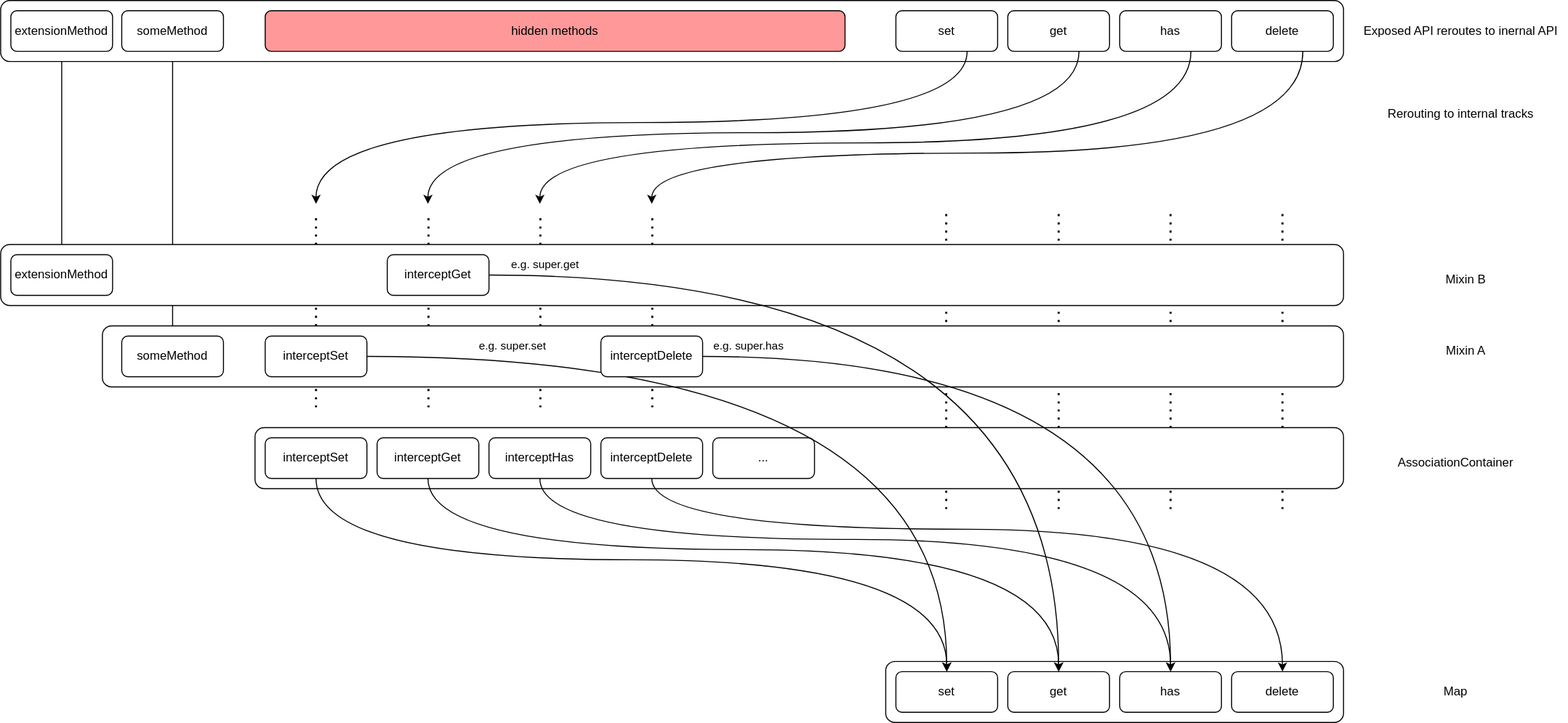
This is documentation/media/prototype.drawio.svg from elemental-mind/associum, a draw.io export, as it was before one commit. Source tidied: cells renumbered, new cells last; positions are measured from the earlier drawing's top-left corner, leaving out a move shared by most shapes. Source of this version:
```xml
<mxGraphModel>
  <root>
    <mxCell id="0" />
    <mxCell id="1" parent="0" />
    <mxCell id="2" style="group;" parent="1" vertex="1">
      <mxGeometry x="929.5" y="210" width="330.5" height="290" as="geometry" />
    </mxCell>
    <mxCell id="3" style="endArrow=none;dashed=1;html=1;dashPattern=1 3;strokeWidth=2;curved=1;" parent="2" edge="1">
      <mxGeometry relative="1" as="geometry">
        <mxPoint y="290" as="sourcePoint" />
        <mxPoint as="targetPoint" />
      </mxGeometry>
    </mxCell>
    <mxCell id="4" style="endArrow=none;dashed=1;html=1;dashPattern=1 3;strokeWidth=2;curved=1;" parent="2" edge="1">
      <mxGeometry relative="1" as="geometry">
        <mxPoint x="110.5" y="290" as="sourcePoint" />
        <mxPoint x="110.5" as="targetPoint" />
      </mxGeometry>
    </mxCell>
    <mxCell id="5" style="endArrow=none;dashed=1;html=1;dashPattern=1 3;strokeWidth=2;curved=1;" parent="2" edge="1">
      <mxGeometry relative="1" as="geometry">
        <mxPoint x="220.5" y="290" as="sourcePoint" />
        <mxPoint x="220.5" as="targetPoint" />
      </mxGeometry>
    </mxCell>
    <mxCell id="6" style="endArrow=none;dashed=1;html=1;dashPattern=1 3;strokeWidth=2;curved=1;" parent="2" edge="1">
      <mxGeometry relative="1" as="geometry">
        <mxPoint x="330.5" y="290" as="sourcePoint" />
        <mxPoint x="330.5" as="targetPoint" />
      </mxGeometry>
    </mxCell>
    <mxCell id="7" style="group;" parent="1" vertex="1">
      <mxGeometry x="310" y="210" width="330.5" height="190" as="geometry" />
    </mxCell>
    <mxCell id="8" style="endArrow=none;dashed=1;html=1;dashPattern=1 3;strokeWidth=2;curved=1;" parent="7" edge="1">
      <mxGeometry relative="1" as="geometry">
        <mxPoint y="190" as="sourcePoint" />
        <mxPoint as="targetPoint" />
      </mxGeometry>
    </mxCell>
    <mxCell id="9" style="endArrow=none;dashed=1;html=1;dashPattern=1 3;strokeWidth=2;curved=1;" parent="7" edge="1">
      <mxGeometry relative="1" as="geometry">
        <mxPoint x="110.5" y="190" as="sourcePoint" />
        <mxPoint x="110.5" as="targetPoint" />
      </mxGeometry>
    </mxCell>
    <mxCell id="10" style="endArrow=none;dashed=1;html=1;dashPattern=1 3;strokeWidth=2;curved=1;" parent="7" edge="1">
      <mxGeometry relative="1" as="geometry">
        <mxPoint x="220.5" y="190" as="sourcePoint" />
        <mxPoint x="220.5" as="targetPoint" />
      </mxGeometry>
    </mxCell>
    <mxCell id="11" style="endArrow=none;dashed=1;html=1;dashPattern=1 3;strokeWidth=2;curved=1;" parent="7" edge="1">
      <mxGeometry relative="1" as="geometry">
        <mxPoint x="330.5" y="190" as="sourcePoint" />
        <mxPoint x="330.5" as="targetPoint" />
      </mxGeometry>
    </mxCell>
    <mxCell id="12" style="edgeStyle=orthogonalEdgeStyle;curved=1;html=1;exitX=0.5;exitY=0;exitDx=0;exitDy=0;entryX=0.5;entryY=1;entryDx=0;entryDy=0;" parent="1" edge="1" source="56" target="27">
      <mxGeometry relative="1" as="geometry" />
    </mxCell>
    <mxCell id="13" style="edgeStyle=orthogonalEdgeStyle;curved=1;html=1;exitX=0.5;exitY=0;exitDx=0;exitDy=0;entryX=0.5;entryY=1;entryDx=0;entryDy=0;strokeColor=default;" parent="1" edge="1" source="49" target="26">
      <mxGeometry relative="1" as="geometry" />
    </mxCell>
    <mxCell id="14" value="Exposed API reroutes to inernal API" style="text;html=1;align=center;verticalAlign=middle;strokeColor=none;fillColor=none;" parent="1" vertex="1">
      <mxGeometry x="1330" y="15" width="210" height="30" as="geometry" />
    </mxCell>
    <mxCell id="15" style="rounded=1;whiteSpace=wrap;html=1;" parent="1" vertex="1">
      <mxGeometry width="1320" height="60" as="geometry" />
    </mxCell>
    <mxCell id="16" style="edgeStyle=orthogonalEdgeStyle;curved=1;html=1;" parent="1" edge="1" source="17">
      <mxGeometry relative="1" as="geometry">
        <mxPoint x="310" y="200" as="targetPoint" />
        <Array as="points">
          <mxPoint x="950" y="120" />
          <mxPoint x="310" y="120" />
        </Array>
      </mxGeometry>
    </mxCell>
    <mxCell id="17" value="set" style="rounded=1;whiteSpace=wrap;html=1;" parent="1" vertex="1">
      <mxGeometry x="880" y="10" width="100" height="40" as="geometry" />
    </mxCell>
    <mxCell id="18" style="edgeStyle=orthogonalEdgeStyle;curved=1;html=1;" parent="1" edge="1" source="19">
      <mxGeometry relative="1" as="geometry">
        <mxPoint x="420" y="200" as="targetPoint" />
        <Array as="points">
          <mxPoint x="1060" y="130" />
          <mxPoint x="420" y="130" />
        </Array>
      </mxGeometry>
    </mxCell>
    <mxCell id="19" value="get" style="rounded=1;whiteSpace=wrap;html=1;" parent="1" vertex="1">
      <mxGeometry x="990" y="10" width="100" height="40" as="geometry" />
    </mxCell>
    <mxCell id="20" style="edgeStyle=orthogonalEdgeStyle;curved=1;html=1;" parent="1" edge="1" source="21">
      <mxGeometry relative="1" as="geometry">
        <mxPoint x="640" y="200" as="targetPoint" />
        <Array as="points">
          <mxPoint x="1280" y="150" />
          <mxPoint x="640" y="150" />
        </Array>
      </mxGeometry>
    </mxCell>
    <mxCell id="21" value="delete" style="rounded=1;whiteSpace=wrap;html=1;" parent="1" vertex="1">
      <mxGeometry x="1210" y="10" width="100" height="40" as="geometry" />
    </mxCell>
    <mxCell id="22" style="edgeStyle=orthogonalEdgeStyle;curved=1;html=1;" parent="1" edge="1" source="23">
      <mxGeometry relative="1" as="geometry">
        <mxPoint x="530" y="200" as="targetPoint" />
        <Array as="points">
          <mxPoint x="1170" y="140" />
          <mxPoint x="530" y="140" />
        </Array>
      </mxGeometry>
    </mxCell>
    <mxCell id="23" value="has" style="rounded=1;whiteSpace=wrap;html=1;" parent="1" vertex="1">
      <mxGeometry x="1100" y="10" width="100" height="40" as="geometry" />
    </mxCell>
    <mxCell id="24" value="Rerouting to internal tracks" style="text;html=1;align=center;verticalAlign=middle;strokeColor=none;fillColor=none;" parent="1" vertex="1">
      <mxGeometry x="1350" y="97" width="170" height="30" as="geometry" />
    </mxCell>
    <mxCell id="25" value="hidden methods" style="rounded=1;whiteSpace=wrap;html=1;fillColor=#FF9999;" parent="1" vertex="1">
      <mxGeometry x="260" y="10" width="570" height="40" as="geometry" />
    </mxCell>
    <mxCell id="26" value="someMethod" style="rounded=1;whiteSpace=wrap;html=1;" parent="1" vertex="1">
      <mxGeometry x="119" y="10" width="100" height="40" as="geometry" />
    </mxCell>
    <mxCell id="27" value="extensionMethod" style="rounded=1;whiteSpace=wrap;html=1;" parent="1" vertex="1">
      <mxGeometry x="10" y="10" width="100" height="40" as="geometry" />
    </mxCell>
    <mxCell id="28" style="rounded=1;whiteSpace=wrap;html=1;" parent="1" vertex="1">
      <mxGeometry x="870" y="650" width="450" height="60" as="geometry" />
    </mxCell>
    <mxCell id="29" value="set" style="rounded=1;whiteSpace=wrap;html=1;" parent="1" vertex="1">
      <mxGeometry x="880" y="660" width="100" height="40" as="geometry" />
    </mxCell>
    <mxCell id="30" value="get" style="rounded=1;whiteSpace=wrap;html=1;" parent="1" vertex="1">
      <mxGeometry x="990" y="660" width="100" height="40" as="geometry" />
    </mxCell>
    <mxCell id="31" value="delete" style="rounded=1;whiteSpace=wrap;html=1;" parent="1" vertex="1">
      <mxGeometry x="1210" y="660" width="100" height="40" as="geometry" />
    </mxCell>
    <mxCell id="32" value="has" style="rounded=1;whiteSpace=wrap;html=1;" parent="1" vertex="1">
      <mxGeometry x="1100" y="660" width="100" height="40" as="geometry" />
    </mxCell>
    <mxCell id="33" value="Map" style="text;html=1;align=center;verticalAlign=middle;strokeColor=none;fillColor=none;" parent="1" vertex="1">
      <mxGeometry x="1405" y="665" width="50" height="30" as="geometry" />
    </mxCell>
    <mxCell id="34" style="rounded=1;whiteSpace=wrap;html=1;" parent="1" vertex="1">
      <mxGeometry x="250" y="420" width="1070" height="60" as="geometry" />
    </mxCell>
    <mxCell id="35" style="edgeStyle=orthogonalEdgeStyle;curved=1;html=1;exitX=0.5;exitY=1;exitDx=0;exitDy=0;entryX=0.5;entryY=0;entryDx=0;entryDy=0;" parent="1" edge="1" source="36" target="29">
      <mxGeometry relative="1" as="geometry">
        <Array as="points">
          <mxPoint x="310" y="550" />
          <mxPoint x="930" y="550" />
        </Array>
      </mxGeometry>
    </mxCell>
    <mxCell id="36" value="interceptSet" style="rounded=1;whiteSpace=wrap;html=1;" parent="1" vertex="1">
      <mxGeometry x="260" y="430" width="100" height="40" as="geometry" />
    </mxCell>
    <mxCell id="37" style="edgeStyle=orthogonalEdgeStyle;curved=1;html=1;" parent="1" edge="1" source="38" target="30">
      <mxGeometry relative="1" as="geometry">
        <Array as="points">
          <mxPoint x="420" y="540" />
          <mxPoint x="1040" y="540" />
        </Array>
      </mxGeometry>
    </mxCell>
    <mxCell id="38" value="interceptGet" style="rounded=1;whiteSpace=wrap;html=1;" parent="1" vertex="1">
      <mxGeometry x="370" y="430" width="100" height="40" as="geometry" />
    </mxCell>
    <mxCell id="39" style="edgeStyle=orthogonalEdgeStyle;curved=1;html=1;" parent="1" edge="1" source="40" target="31">
      <mxGeometry relative="1" as="geometry">
        <Array as="points">
          <mxPoint x="640" y="520" />
          <mxPoint x="1260" y="520" />
        </Array>
      </mxGeometry>
    </mxCell>
    <mxCell id="40" value="interceptDelete" style="rounded=1;whiteSpace=wrap;html=1;" parent="1" vertex="1">
      <mxGeometry x="590" y="430" width="100" height="40" as="geometry" />
    </mxCell>
    <mxCell id="41" style="edgeStyle=orthogonalEdgeStyle;curved=1;html=1;entryX=0.5;entryY=0;entryDx=0;entryDy=0;" parent="1" edge="1" source="42" target="32">
      <mxGeometry relative="1" as="geometry">
        <Array as="points">
          <mxPoint x="530" y="530" />
          <mxPoint x="1150" y="530" />
        </Array>
      </mxGeometry>
    </mxCell>
    <mxCell id="42" value="interceptHas" style="rounded=1;whiteSpace=wrap;html=1;" parent="1" vertex="1">
      <mxGeometry x="480" y="430" width="100" height="40" as="geometry" />
    </mxCell>
    <mxCell id="43" value="..." style="rounded=1;whiteSpace=wrap;html=1;" parent="1" vertex="1">
      <mxGeometry x="700" y="430" width="100" height="40" as="geometry" />
    </mxCell>
    <mxCell id="44" style="rounded=1;whiteSpace=wrap;html=1;" parent="1" vertex="1">
      <mxGeometry x="100" y="320" width="1220" height="60" as="geometry" />
    </mxCell>
    <mxCell id="45" value="e.g. super.set" style="edgeStyle=orthogonalEdgeStyle;curved=1;html=1;" parent="1" edge="1" source="46" target="29">
      <mxGeometry x="-0.68" y="10" relative="1" as="geometry" />
    </mxCell>
    <mxCell id="46" value="interceptSet" style="rounded=1;whiteSpace=wrap;html=1;" parent="1" vertex="1">
      <mxGeometry x="260" y="330" width="100" height="40" as="geometry" />
    </mxCell>
    <mxCell id="47" value="e.g. super.has" style="edgeStyle=orthogonalEdgeStyle;curved=1;html=1;" parent="1" edge="1" source="48" target="32">
      <mxGeometry x="-0.88" y="10" relative="1" as="geometry" />
    </mxCell>
    <mxCell id="48" value="interceptDelete" style="rounded=1;whiteSpace=wrap;html=1;" parent="1" vertex="1">
      <mxGeometry x="590" y="330" width="100" height="40" as="geometry" />
    </mxCell>
    <mxCell id="49" value="someMethod" style="rounded=1;whiteSpace=wrap;html=1;" parent="1" vertex="1">
      <mxGeometry x="119" y="330" width="100" height="40" as="geometry" />
    </mxCell>
    <mxCell id="50" value="AssociationContainer" style="text;html=1;align=center;verticalAlign=middle;strokeColor=none;fillColor=none;" parent="1" vertex="1">
      <mxGeometry x="1360" y="440" width="140" height="30" as="geometry" />
    </mxCell>
    <mxCell id="51" value="Mixin A" style="text;html=1;align=center;verticalAlign=middle;strokeColor=none;fillColor=none;" parent="1" vertex="1">
      <mxGeometry x="1410" y="330" width="60" height="30" as="geometry" />
    </mxCell>
    <mxCell id="52" value="Mixin B" style="text;html=1;align=center;verticalAlign=middle;strokeColor=none;fillColor=none;" parent="1" vertex="1">
      <mxGeometry x="1410" y="260" width="60" height="30" as="geometry" />
    </mxCell>
    <mxCell id="53" style="rounded=1;whiteSpace=wrap;html=1;" parent="1" vertex="1">
      <mxGeometry y="240" width="1320" height="60" as="geometry" />
    </mxCell>
    <mxCell id="54" value="e.g. super.get" style="edgeStyle=orthogonalEdgeStyle;curved=1;html=1;entryX=0.5;entryY=0;entryDx=0;entryDy=0;" parent="1" edge="1" source="55" target="30">
      <mxGeometry x="-0.88" y="10" relative="1" as="geometry" />
    </mxCell>
    <mxCell id="55" value="interceptGet" style="rounded=1;whiteSpace=wrap;html=1;" parent="1" vertex="1">
      <mxGeometry x="380" y="250" width="100" height="40" as="geometry" />
    </mxCell>
    <mxCell id="56" value="extensionMethod" style="rounded=1;whiteSpace=wrap;html=1;" parent="1" vertex="1">
      <mxGeometry x="10" y="250" width="100" height="40" as="geometry" />
    </mxCell>
  </root>
</mxGraphModel>
```
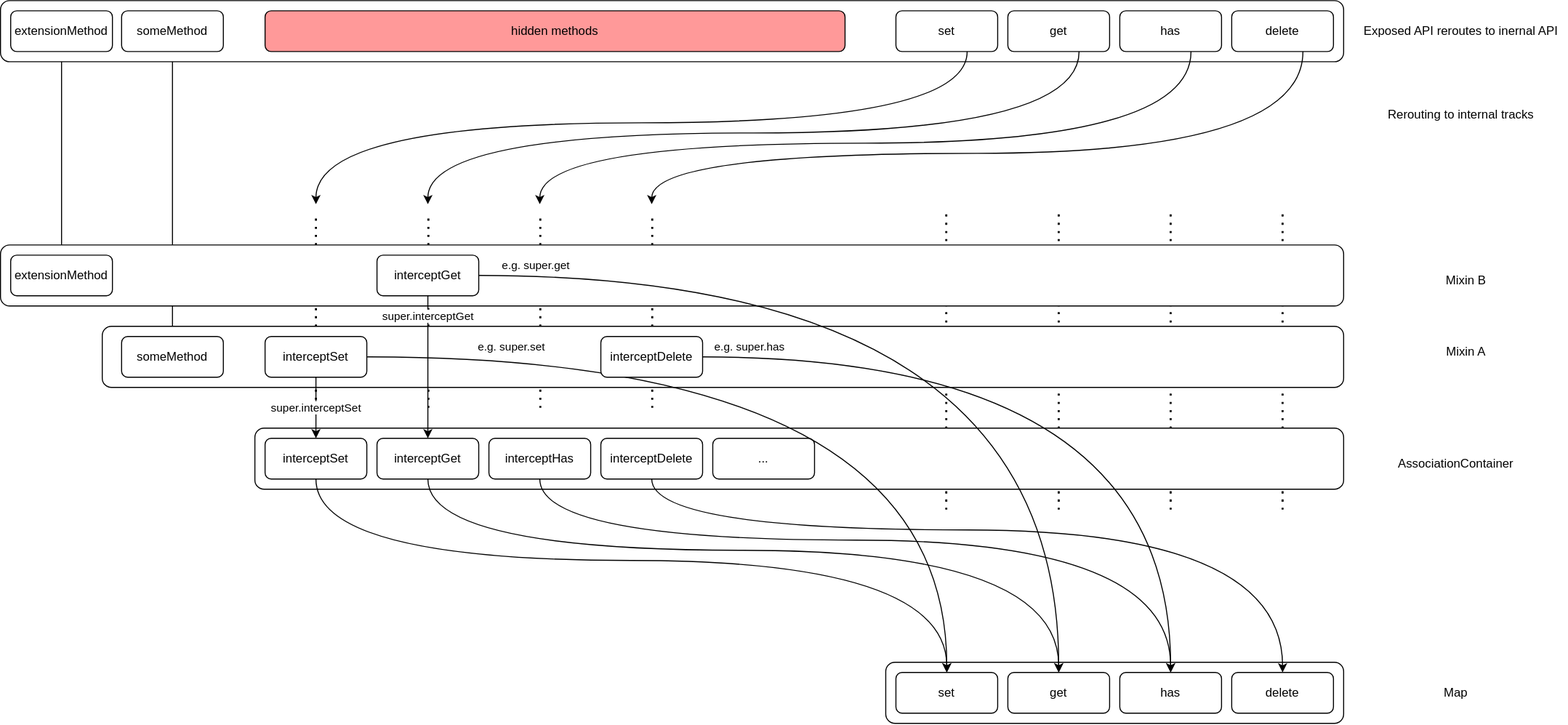
Above is the later version.

Commit message:
docs: illustrate super calls on reroute lane

Change to the diagram source:
```diff
@@ -202,6 +202,9 @@
     <mxCell id="45" value="e.g. super.set" style="edgeStyle=orthogonalEdgeStyle;curved=1;html=1;" parent="1" edge="1" source="46" target="29">
       <mxGeometry x="-0.68" y="10" relative="1" as="geometry" />
     </mxCell>
+    <mxCell id="57" value="super.interceptSet" style="edgeStyle=orthogonalEdgeStyle;curved=1;html=1;" parent="1" edge="1" source="46" target="36">
+      <mxGeometry relative="1" as="geometry" />
+    </mxCell>
     <mxCell id="46" value="interceptSet" style="rounded=1;whiteSpace=wrap;html=1;" parent="1" vertex="1">
       <mxGeometry x="260" y="330" width="100" height="40" as="geometry" />
     </mxCell>
@@ -229,8 +232,11 @@
     <mxCell id="54" value="e.g. super.get" style="edgeStyle=orthogonalEdgeStyle;curved=1;html=1;entryX=0.5;entryY=0;entryDx=0;entryDy=0;" parent="1" edge="1" source="55" target="30">
       <mxGeometry x="-0.88" y="10" relative="1" as="geometry" />
     </mxCell>
+    <mxCell id="58" value="super.interceptGet" style="edgeStyle=orthogonalEdgeStyle;curved=1;html=1;" parent="1" edge="1" source="55" target="38">
+      <mxGeometry x="-0.71" relative="1" as="geometry" />
+    </mxCell>
     <mxCell id="55" value="interceptGet" style="rounded=1;whiteSpace=wrap;html=1;" parent="1" vertex="1">
-      <mxGeometry x="380" y="250" width="100" height="40" as="geometry" />
+      <mxGeometry x="370" y="250" width="100" height="40" as="geometry" />
     </mxCell>
     <mxCell id="56" value="extensionMethod" style="rounded=1;whiteSpace=wrap;html=1;" parent="1" vertex="1">
       <mxGeometry x="10" y="250" width="100" height="40" as="geometry" />
```
